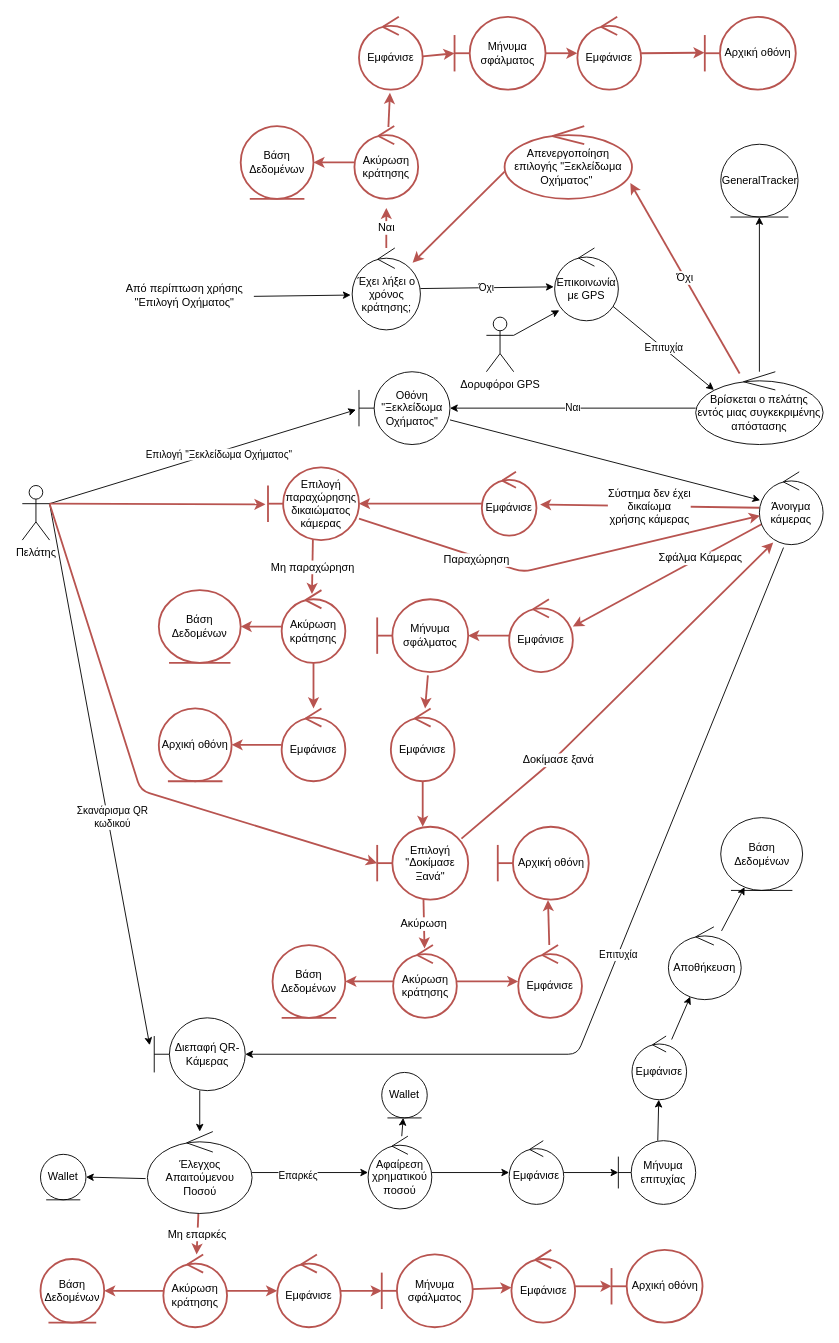
This is Part_2/Robustness/diagrams/02_Ξεκλείδωμα_Οχήματος.drawio from Nikolis2002/texnoligia_logismikou, a draw.io file, before an edit. Source tidied: cells renumbered, new cells numbered last; positions are measured from the earlier drawing's top-left corner, leaving out a move shared by most shapes. Both pictures are drawn from the tidied source at 91%, with x=0, y=0 at pixel (22, 16).
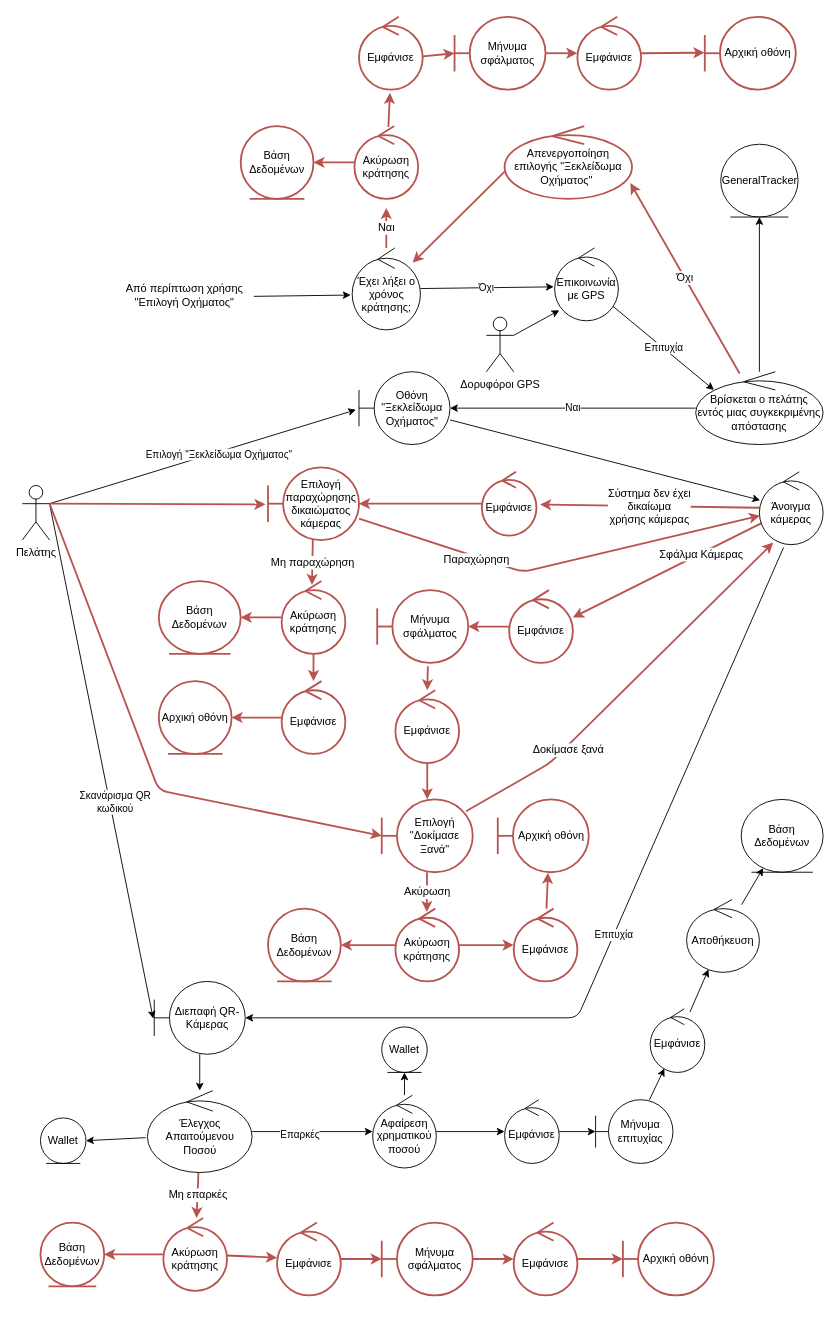
After the change.

Unchanged cells that the change refers to:
```xml
<mxCell id="7" value="Πελάτης" style="shape=umlActor;verticalLabelPosition=bottom;verticalAlign=top;html=1;" parent="1" vertex="1">
  <mxGeometry y="515" width="30" height="60" as="geometry" />
</mxCell>
<mxCell id="21" value="Άνοιγμα κάμερας" style="ellipse;shape=umlControl;whiteSpace=wrap;html=1;" parent="1" vertex="1">
  <mxGeometry x="810" y="500" width="70" height="80" as="geometry" />
</mxCell>
```

Diff of the diagram source:
```diff
@@
-    <mxCell id="4" style="edgeStyle=none;html=1;exitX=1;exitY=0.3333333333333333;exitDx=0;exitDy=0;exitPerimeter=0;" parent="1" edge="1" source="7">
-      <mxGeometry relative="1" as="geometry">
-        <mxPoint x="140" y="1130" as="targetPoint" />
-      </mxGeometry>
+    <mxCell id="4" style="edgeStyle=none;html=1;exitX=1;exitY=0.3333333333333333;exitDx=0;exitDy=0;exitPerimeter=0;entryX=-0.011;entryY=0.511;entryDx=0;entryDy=0;entryPerimeter=0;" parent="1" edge="1" source="7" target="23">
+      <mxGeometry relative="1" as="geometry" />
     </mxCell>
@@
     <mxCell id="17" value="Επιτυχία" style="edgeStyle=none;html=1;exitX=0.379;exitY=1.04;exitDx=0;exitDy=0;exitPerimeter=0;" parent="1" edge="1" source="21" target="23">
       <mxGeometry relative="1" as="geometry">
         <Array as="points">
-          <mxPoint x="610" y="1140" />
+          <mxPoint x="610" y="1100" />
         </Array>
       </mxGeometry>
     </mxCell>
@@
     <mxCell id="23" value="Διεπαφή QR-Κάμερας" style="shape=umlBoundary;whiteSpace=wrap;html=1;" parent="1" vertex="1">
-      <mxGeometry x="145" y="1100" width="100" height="80" as="geometry" />
+      <mxGeometry x="145" y="1060" width="100" height="80" as="geometry" />
     </mxCell>
@@
     <mxCell id="28" value="Έλεγχος Απαιτούμενου Ποσού" style="ellipse;shape=umlControl;whiteSpace=wrap;html=1;" parent="1" vertex="1">
-      <mxGeometry x="137.5" y="1225" width="115" height="90" as="geometry" />
+      <mxGeometry x="137.5" y="1180" width="115" height="90" as="geometry" />
     </mxCell>
@@
     <mxCell id="31" value="Αφαίρεση χρηματικού ποσού" style="ellipse;shape=umlControl;whiteSpace=wrap;html=1;" parent="1" vertex="1">
-      <mxGeometry x="380" y="1230" width="70" height="80" as="geometry" />
+      <mxGeometry x="385" y="1185" width="70" height="80" as="geometry" />
     </mxCell>
     <mxCell id="32" value="Wallet" style="ellipse;shape=umlEntity;whiteSpace=wrap;html=1;" parent="1" vertex="1">
-      <mxGeometry x="395" y="1160" width="50" height="50" as="geometry" />
+      <mxGeometry x="395" y="1110" width="50" height="50" as="geometry" />
     </mxCell>
@@
     <mxCell id="34" value="Εμφάνισε" style="ellipse;shape=umlControl;whiteSpace=wrap;html=1;" parent="1" vertex="1">
-      <mxGeometry x="535" y="1235" width="60" height="70" as="geometry" />
+      <mxGeometry x="530" y="1190" width="60" height="70" as="geometry" />
     </mxCell>
@@
     <mxCell id="36" value="Αποθήκευση" style="ellipse;shape=umlControl;whiteSpace=wrap;html=1;" parent="1" vertex="1">
-      <mxGeometry x="710" y="1000" width="80" height="80" as="geometry" />
+      <mxGeometry x="730" y="970" width="80" height="80" as="geometry" />
     </mxCell>
     <mxCell id="37" value="Wallet" style="ellipse;shape=umlEntity;whiteSpace=wrap;html=1;" parent="1" vertex="1">
-      <mxGeometry x="20" y="1250" width="50" height="50" as="geometry" />
+      <mxGeometry x="20" y="1210" width="50" height="50" as="geometry" />
     </mxCell>
     <mxCell id="38" value="Βάση Δεδομένων" style="ellipse;shape=umlEntity;whiteSpace=wrap;html=1;" parent="1" vertex="1">
-      <mxGeometry x="767.5" y="880" width="90" height="80" as="geometry" />
+      <mxGeometry x="790" y="860" width="90" height="80" as="geometry" />
     </mxCell>
@@
     <mxCell id="53" value="Ακύρωση κράτησης" style="ellipse;shape=umlControl;whiteSpace=wrap;html=1;fillColor=none;strokeColor=#b85450;strokeWidth=2;" parent="1" vertex="1">
-      <mxGeometry x="285" y="630" width="70" height="80" as="geometry" />
+      <mxGeometry x="285" y="620" width="70" height="80" as="geometry" />
     </mxCell>
     <mxCell id="54" value="Βάση Δεδομένων" style="ellipse;shape=umlEntity;whiteSpace=wrap;html=1;fillColor=none;strokeColor=#b85450;strokeWidth=2;" parent="1" vertex="1">
-      <mxGeometry x="150" y="630" width="90" height="80" as="geometry" />
+      <mxGeometry x="150" y="620" width="90" height="80" as="geometry" />
     </mxCell>
@@
     <mxCell id="56" value="Εμφάνισε" style="ellipse;shape=umlControl;whiteSpace=wrap;html=1;fillColor=none;strokeColor=#b85450;strokeWidth=2;" parent="1" vertex="1">
-      <mxGeometry x="285" y="760" width="70" height="80" as="geometry" />
+      <mxGeometry x="285" y="730" width="70" height="80" as="geometry" />
     </mxCell>
@@
     <mxCell id="59" value="Ακύρωση κράτησης" style="ellipse;shape=umlControl;whiteSpace=wrap;html=1;fillColor=none;strokeColor=#b85450;strokeWidth=2;" parent="1" vertex="1">
-      <mxGeometry x="155" y="1360" width="70" height="80" as="geometry" />
+      <mxGeometry x="155" y="1320" width="70" height="80" as="geometry" />
     </mxCell>
     <mxCell id="60" value="Βάση Δεδομένων" style="ellipse;shape=umlEntity;whiteSpace=wrap;html=1;fillColor=none;strokeColor=#b85450;strokeWidth=2;" parent="1" vertex="1">
-      <mxGeometry x="20" y="1365" width="70" height="70" as="geometry" />
+      <mxGeometry x="20" y="1325" width="70" height="70" as="geometry" />
     </mxCell>
@@
     <mxCell id="62" value="Εμφάνισε" style="ellipse;shape=umlControl;whiteSpace=wrap;html=1;fillColor=none;strokeColor=#b85450;strokeWidth=2;" parent="1" vertex="1">
-      <mxGeometry x="280" y="1360" width="70" height="80" as="geometry" />
+      <mxGeometry x="280" y="1325" width="70" height="80" as="geometry" />
     </mxCell>
@@
     <mxCell id="70" value="Εμφάνισε" style="ellipse;shape=umlControl;whiteSpace=wrap;html=1;fillColor=none;strokeColor=#b85450;strokeWidth=2;" parent="1" vertex="1">
-      <mxGeometry x="535" y="640" width="70" height="80" as="geometry" />
+      <mxGeometry x="535" y="630" width="70" height="80" as="geometry" />
     </mxCell>
@@
     <mxCell id="72" value="Μήνυμα σφάλματος" style="shape=umlBoundary;whiteSpace=wrap;html=1;fillColor=none;strokeColor=#b85450;strokeWidth=2;" parent="1" vertex="1">
-      <mxGeometry x="390" y="640" width="100" height="80" as="geometry" />
+      <mxGeometry x="390" y="630" width="100" height="80" as="geometry" />
     </mxCell>
@@
     <mxCell id="74" value="Εμφάνισε" style="ellipse;shape=umlControl;whiteSpace=wrap;html=1;fillColor=none;strokeColor=#b85450;strokeWidth=2;" parent="1" vertex="1">
-      <mxGeometry x="405" y="760" width="70" height="80" as="geometry" />
+      <mxGeometry x="410" y="740" width="70" height="80" as="geometry" />
     </mxCell>
@@
     <mxCell id="77" value="Επιλογή &quot;Δοκίμασε Ξανά&quot;" style="shape=umlBoundary;whiteSpace=wrap;html=1;fillColor=none;strokeColor=#b85450;strokeWidth=2;" parent="1" vertex="1">
-      <mxGeometry x="390" y="890" width="100" height="80" as="geometry" />
+      <mxGeometry x="395" y="860" width="100" height="80" as="geometry" />
     </mxCell>
@@
     <mxCell id="80" value="Ακύρωση κράτησης" style="ellipse;shape=umlControl;whiteSpace=wrap;html=1;fillColor=none;strokeColor=#b85450;strokeWidth=2;" parent="1" vertex="1">
-      <mxGeometry x="407.5" y="1020" width="70" height="80" as="geometry" />
+      <mxGeometry x="410" y="980" width="70" height="80" as="geometry" />
     </mxCell>
@@
     <mxCell id="82" value="Εμφάνισε" style="ellipse;shape=umlControl;whiteSpace=wrap;html=1;fillColor=none;strokeColor=#b85450;strokeWidth=2;" parent="1" vertex="1">
-      <mxGeometry x="545" y="1020" width="70" height="80" as="geometry" />
+      <mxGeometry x="540" y="980" width="70" height="80" as="geometry" />
     </mxCell>
     <mxCell id="83" value="Βάση Δεδομένων" style="ellipse;shape=umlEntity;whiteSpace=wrap;html=1;fillColor=none;strokeColor=#b85450;strokeWidth=2;" parent="1" vertex="1">
-      <mxGeometry x="275" y="1020" width="80" height="80" as="geometry" />
+      <mxGeometry x="270" y="980" width="80" height="80" as="geometry" />
     </mxCell>
     <mxCell id="84" value="Αρχική οθόνη" style="ellipse;shape=umlEntity;whiteSpace=wrap;html=1;fillColor=none;strokeColor=#b85450;strokeWidth=2;" parent="1" vertex="1">
-      <mxGeometry x="150" y="760" width="80" height="80" as="geometry" />
+      <mxGeometry x="150" y="730" width="80" height="80" as="geometry" />
     </mxCell>
@@
     <mxCell id="89" value="Αρχική οθόνη" style="shape=umlBoundary;whiteSpace=wrap;html=1;fillColor=none;strokeColor=#b85450;strokeWidth=2;" parent="1" vertex="1">
-      <mxGeometry x="522.5" y="890" width="100" height="80" as="geometry" />
+      <mxGeometry x="522.5" y="860" width="100" height="80" as="geometry" />
     </mxCell>
@@
     <mxCell id="92" value="Μήνυμα σφάλματος" style="shape=umlBoundary;whiteSpace=wrap;html=1;fillColor=none;strokeColor=#b85450;strokeWidth=2;" parent="1" vertex="1">
-      <mxGeometry x="395" y="1360" width="100" height="80" as="geometry" />
+      <mxGeometry x="395" y="1325" width="100" height="80" as="geometry" />
     </mxCell>
@@
     <mxCell id="94" value="Εμφάνισε" style="ellipse;shape=umlControl;whiteSpace=wrap;html=1;fillColor=none;strokeColor=#b85450;strokeWidth=2;" parent="1" vertex="1">
-      <mxGeometry x="537.5" y="1355" width="70" height="80" as="geometry" />
+      <mxGeometry x="540" y="1325" width="70" height="80" as="geometry" />
     </mxCell>
     <mxCell id="95" value="Αρχική οθόνη" style="shape=umlBoundary;whiteSpace=wrap;html=1;fillColor=none;strokeColor=#b85450;strokeWidth=2;" parent="1" vertex="1">
-      <mxGeometry x="647.5" y="1355" width="100" height="80" as="geometry" />
+      <mxGeometry x="660" y="1325" width="100" height="80" as="geometry" />
     </mxCell>
@@
     <mxCell id="97" value="Εμφάνισε" style="ellipse;shape=umlControl;whiteSpace=wrap;html=1;" parent="1" vertex="1">
-      <mxGeometry x="670" y="1120" width="60" height="70" as="geometry" />
+      <mxGeometry x="690" y="1090" width="60" height="70" as="geometry" />
     </mxCell>
@@
     <mxCell id="99" value="Μήνυμα επιτυχίας" style="shape=umlBoundary;whiteSpace=wrap;html=1;" parent="1" vertex="1">
-      <mxGeometry x="655" y="1235" width="85" height="70" as="geometry" />
+      <mxGeometry x="630" y="1190" width="85" height="70" as="geometry" />
     </mxCell>
@@
     <mxCell id="102" style="edgeStyle=none;html=1;entryX=0;entryY=0.5;entryDx=0;entryDy=0;entryPerimeter=0;fontSize=12;fillColor=none;strokeColor=#b85450;strokeWidth=2;exitX=1;exitY=0.3333333333333333;exitDx=0;exitDy=0;exitPerimeter=0;" parent="1" edge="1" source="7" target="77">
       <mxGeometry relative="1" as="geometry">
         <Array as="points">
-          <mxPoint x="130" y="850" />
+          <mxPoint x="150" y="850" />
         </Array>
       </mxGeometry>
     </mxCell>
```
